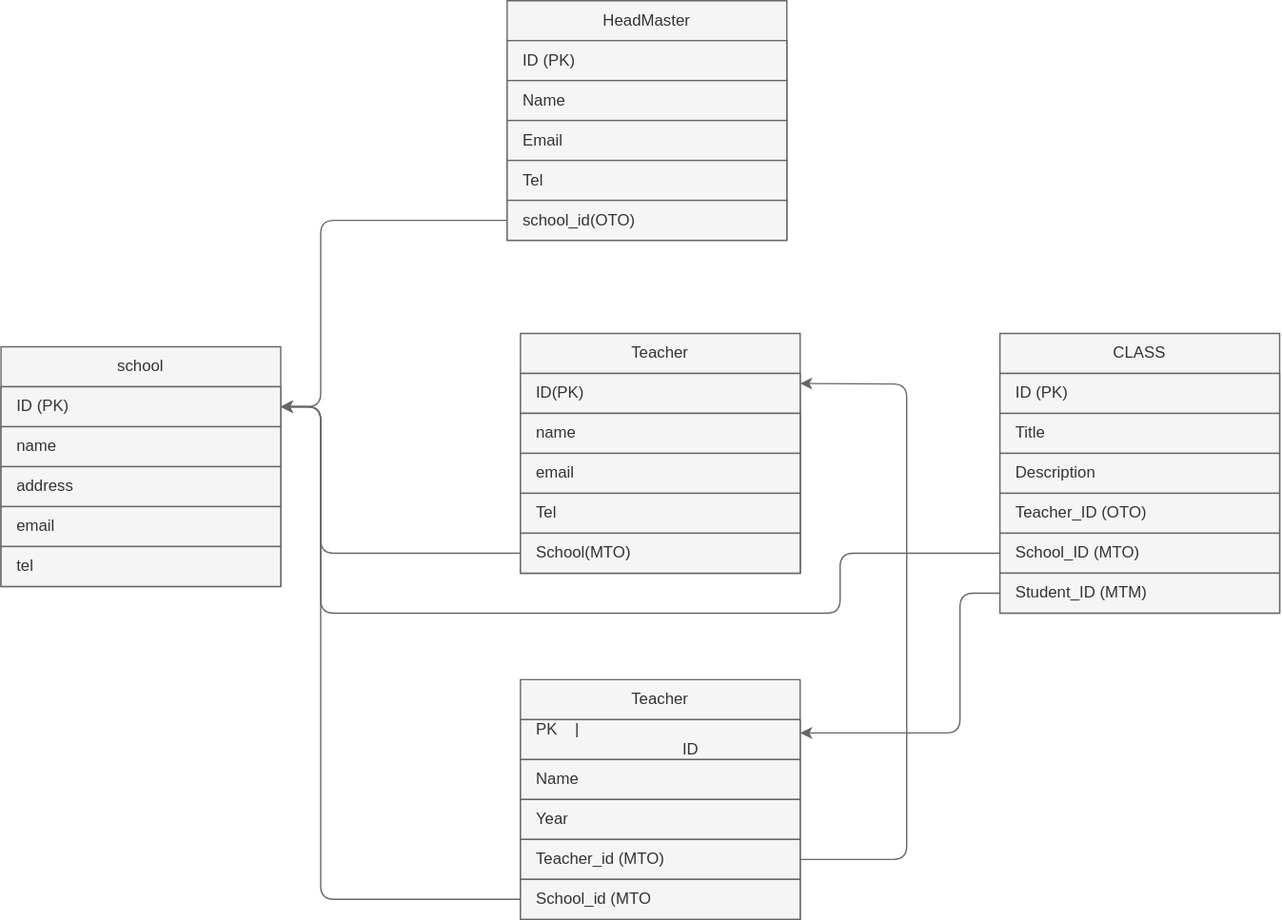
nwattana/Lexnetix-Assignment keeps this draw.io diagram as dbschema.drawio.svg. Above is the earlier version. Source tidied: cells renumbered, new cells last; positions are measured from the earlier drawing's top-left corner, leaving out a move shared by most shapes. Source of this version:
```xml
<mxGraphModel>
  <root>
    <mxCell id="0" />
    <mxCell id="1" parent="0" />
    <mxCell id="2" value="school" style="swimlane;fontStyle=0;horizontal=1;startSize=30;whiteSpace=wrap;html=1;fillColor=#f5f5f5;fontColor=#333333;strokeColor=#666666;" parent="1" vertex="1">
      <mxGeometry y="260" width="210" height="180" as="geometry" />
    </mxCell>
    <mxCell id="3" value="ID (PK)" style="rounded=0;whiteSpace=wrap;html=1;align=left;fillColor=#f5f5f5;fontColor=#333333;strokeColor=#666666;fontStyle=0;spacingLeft=10;" parent="2" vertex="1">
      <mxGeometry y="30" width="210" height="30" as="geometry" />
    </mxCell>
    <mxCell id="4" value="name" style="text;strokeColor=#666666;fillColor=#f5f5f5;align=left;verticalAlign=middle;spacingLeft=10;spacingRight=4;overflow=hidden;whiteSpace=wrap;html=1;fontColor=#333333;fontStyle=0;" parent="2" vertex="1">
      <mxGeometry y="60" width="210" height="30" as="geometry" />
    </mxCell>
    <mxCell id="5" value="address" style="text;strokeColor=#666666;fillColor=#f5f5f5;align=left;verticalAlign=middle;spacingLeft=10;spacingRight=4;overflow=hidden;whiteSpace=wrap;html=1;fontColor=#333333;fontStyle=0;" parent="2" vertex="1">
      <mxGeometry y="90" width="210" height="30" as="geometry" />
    </mxCell>
    <mxCell id="6" value="email" style="text;strokeColor=#666666;fillColor=#f5f5f5;align=left;verticalAlign=middle;spacingLeft=10;spacingRight=4;overflow=hidden;whiteSpace=wrap;html=1;fontColor=#333333;fontStyle=0;" parent="2" vertex="1">
      <mxGeometry y="120" width="210" height="30" as="geometry" />
    </mxCell>
    <mxCell id="7" value="tel" style="text;strokeColor=#666666;fillColor=#f5f5f5;align=left;verticalAlign=middle;spacingLeft=10;spacingRight=4;overflow=hidden;whiteSpace=wrap;html=1;fontColor=#333333;fontStyle=0;" parent="2" vertex="1">
      <mxGeometry y="150" width="210" height="30" as="geometry" />
    </mxCell>
    <mxCell id="8" value="HeadMaster" style="swimlane;fontStyle=0;horizontal=1;startSize=30;whiteSpace=wrap;html=1;fillColor=#f5f5f5;fontColor=#333333;strokeColor=#666666;align=center;" parent="1" vertex="1">
      <mxGeometry x="380" width="210" height="180" as="geometry" />
    </mxCell>
    <mxCell id="9" value="ID (PK)" style="rounded=0;whiteSpace=wrap;html=1;align=left;fillColor=#f5f5f5;fontColor=#333333;strokeColor=#666666;fontStyle=0;spacingLeft=10;" parent="8" vertex="1">
      <mxGeometry y="30" width="210" height="30" as="geometry" />
    </mxCell>
    <mxCell id="10" value="Name" style="text;strokeColor=#666666;fillColor=#f5f5f5;align=left;verticalAlign=middle;spacingLeft=10;spacingRight=4;overflow=hidden;whiteSpace=wrap;html=1;fontColor=#333333;fontStyle=0;" parent="8" vertex="1">
      <mxGeometry y="60" width="210" height="30" as="geometry" />
    </mxCell>
    <mxCell id="11" value="Email" style="text;strokeColor=#666666;fillColor=#f5f5f5;align=left;verticalAlign=middle;spacingLeft=10;spacingRight=4;overflow=hidden;whiteSpace=wrap;html=1;fontColor=#333333;fontStyle=0;" parent="8" vertex="1">
      <mxGeometry y="90" width="210" height="30" as="geometry" />
    </mxCell>
    <mxCell id="12" value="Tel" style="text;strokeColor=#666666;fillColor=#f5f5f5;align=left;verticalAlign=middle;spacingLeft=10;spacingRight=4;overflow=hidden;whiteSpace=wrap;html=1;fontColor=#333333;fontStyle=0;" parent="8" vertex="1">
      <mxGeometry y="120" width="210" height="30" as="geometry" />
    </mxCell>
    <mxCell id="13" value="school_id(OTO)" style="text;strokeColor=#666666;fillColor=#f5f5f5;align=left;verticalAlign=middle;spacingLeft=10;spacingRight=4;overflow=hidden;points=[[0,0.5],[1,0.5]];portConstraint=eastwest;whiteSpace=wrap;html=1;fontColor=#333333;fontStyle=0;" parent="8" vertex="1">
      <mxGeometry y="150" width="210" height="30" as="geometry" />
    </mxCell>
    <mxCell id="14" style="edgeStyle=none;html=1;entryX=1;entryY=0.5;entryDx=0;entryDy=0;exitX=0;exitY=0.5;exitDx=0;exitDy=0;fillColor=#f5f5f5;strokeColor=#666666;fontStyle=0;" parent="1" edge="1" source="13" target="3">
      <mxGeometry relative="1" as="geometry">
        <Array as="points">
          <mxPoint x="240" y="165" />
          <mxPoint x="240" y="305" />
        </Array>
      </mxGeometry>
    </mxCell>
    <mxCell id="15" value="Teacher" style="swimlane;fontStyle=0;horizontal=1;startSize=30;whiteSpace=wrap;html=1;fillColor=#f5f5f5;fontColor=#333333;strokeColor=#666666;align=center;" parent="1" vertex="1">
      <mxGeometry x="390" y="250" width="210" height="180" as="geometry" />
    </mxCell>
    <mxCell id="16" value="ID(PK)" style="rounded=0;whiteSpace=wrap;html=1;align=left;fillColor=#f5f5f5;fontColor=#333333;strokeColor=#666666;fontStyle=0;spacingLeft=10;" parent="15" vertex="1">
      <mxGeometry y="30" width="210" height="30" as="geometry" />
    </mxCell>
    <mxCell id="17" style="group;fillColor=#f5f5f5;fontColor=#333333;strokeColor=#666666;fontStyle=0;align=left;" parent="15" vertex="1">
      <mxGeometry y="60" width="210" height="120" as="geometry" />
    </mxCell>
    <mxCell id="18" value="name" style="text;strokeColor=#666666;fillColor=#f5f5f5;align=left;verticalAlign=middle;spacingLeft=10;spacingRight=4;overflow=hidden;whiteSpace=wrap;html=1;fontColor=#333333;fontStyle=0;" parent="17" vertex="1">
      <mxGeometry width="210" height="30" as="geometry" />
    </mxCell>
    <mxCell id="19" value="email" style="text;strokeColor=#666666;fillColor=#f5f5f5;align=left;verticalAlign=middle;spacingLeft=10;spacingRight=4;overflow=hidden;whiteSpace=wrap;html=1;fontColor=#333333;fontStyle=0;" parent="17" vertex="1">
      <mxGeometry y="30" width="210" height="30" as="geometry" />
    </mxCell>
    <mxCell id="20" value="Tel" style="text;strokeColor=#666666;fillColor=#f5f5f5;align=left;verticalAlign=middle;spacingLeft=10;spacingRight=4;overflow=hidden;whiteSpace=wrap;html=1;fontColor=#333333;fontStyle=0;" parent="17" vertex="1">
      <mxGeometry y="60" width="210" height="30" as="geometry" />
    </mxCell>
    <mxCell id="21" value="School(MTO)" style="text;strokeColor=#666666;fillColor=#f5f5f5;align=left;verticalAlign=middle;spacingLeft=10;spacingRight=4;overflow=hidden;points=[[0,0.5],[1,0.5]];portConstraint=eastwest;whiteSpace=wrap;html=1;fontColor=#333333;fontStyle=0;" parent="17" vertex="1">
      <mxGeometry y="90" width="210" height="30" as="geometry" />
    </mxCell>
    <mxCell id="22" style="edgeStyle=none;html=1;exitX=0;exitY=0.5;exitDx=0;exitDy=0;entryX=1;entryY=0.25;entryDx=0;entryDy=0;fillColor=#f5f5f5;strokeColor=#666666;fontStyle=0;" parent="1" edge="1" source="21" target="2">
      <mxGeometry relative="1" as="geometry">
        <Array as="points">
          <mxPoint x="240" y="415" />
          <mxPoint x="240" y="305" />
        </Array>
      </mxGeometry>
    </mxCell>
    <mxCell id="23" value="Teacher" style="swimlane;fontStyle=0;horizontal=1;startSize=30;whiteSpace=wrap;html=1;fillColor=#f5f5f5;fontColor=#333333;strokeColor=#666666;align=center;" parent="1" vertex="1">
      <mxGeometry x="390" y="510" width="210" height="180" as="geometry" />
    </mxCell>
    <mxCell id="24" value="PK&amp;nbsp; &amp;nbsp; |&amp;nbsp;&amp;nbsp;&lt;span style=&quot;white-space: pre;&quot;&gt;&#9;&lt;/span&gt;ID" style="rounded=0;whiteSpace=wrap;html=1;align=left;fillColor=#f5f5f5;fontColor=#333333;strokeColor=#666666;fontStyle=0;spacingLeft=10;" parent="23" vertex="1">
      <mxGeometry y="30" width="210" height="30" as="geometry" />
    </mxCell>
    <mxCell id="25" value="Name" style="text;strokeColor=#666666;fillColor=#f5f5f5;align=left;verticalAlign=middle;spacingLeft=10;spacingRight=4;overflow=hidden;whiteSpace=wrap;html=1;fontColor=#333333;fontStyle=0;" parent="23" vertex="1">
      <mxGeometry y="60" width="210" height="30" as="geometry" />
    </mxCell>
    <mxCell id="26" value="Year" style="text;strokeColor=#666666;fillColor=#f5f5f5;align=left;verticalAlign=middle;spacingLeft=10;spacingRight=4;overflow=hidden;whiteSpace=wrap;html=1;fontColor=#333333;fontStyle=0;" parent="23" vertex="1">
      <mxGeometry y="90" width="210" height="30" as="geometry" />
    </mxCell>
    <mxCell id="27" value="Teacher_id (MTO)" style="text;strokeColor=#666666;fillColor=#f5f5f5;align=left;verticalAlign=middle;spacingLeft=10;spacingRight=4;overflow=hidden;points=[[0,0.5],[1,0.5]];portConstraint=eastwest;whiteSpace=wrap;html=1;fontColor=#333333;fontStyle=0;" parent="23" vertex="1">
      <mxGeometry y="120" width="210" height="30" as="geometry" />
    </mxCell>
    <mxCell id="28" value="School_id (MTO" style="text;strokeColor=#666666;fillColor=#f5f5f5;align=left;verticalAlign=middle;spacingLeft=10;spacingRight=4;overflow=hidden;points=[[0,0.5],[1,0.5]];portConstraint=eastwest;whiteSpace=wrap;html=1;fontColor=#333333;fontStyle=0;" parent="23" vertex="1">
      <mxGeometry y="150" width="210" height="30" as="geometry" />
    </mxCell>
    <mxCell id="29" style="edgeStyle=none;html=1;entryX=1;entryY=0.5;entryDx=0;entryDy=0;exitX=0;exitY=0.5;exitDx=0;exitDy=0;fillColor=#f5f5f5;strokeColor=#666666;fontStyle=0;" parent="1" edge="1" source="28" target="3">
      <mxGeometry relative="1" as="geometry">
        <Array as="points">
          <mxPoint x="240" y="675" />
          <mxPoint x="240" y="305" />
        </Array>
      </mxGeometry>
    </mxCell>
    <mxCell id="30" style="edgeStyle=none;html=1;exitX=1;exitY=0.5;exitDx=0;exitDy=0;entryX=1;entryY=0.25;entryDx=0;entryDy=0;fillColor=#f5f5f5;strokeColor=#666666;fontStyle=0;align=left;" parent="1" edge="1" source="27" target="16">
      <mxGeometry relative="1" as="geometry">
        <Array as="points">
          <mxPoint x="680" y="645" />
          <mxPoint x="680" y="490" />
          <mxPoint x="680" y="288" />
        </Array>
      </mxGeometry>
    </mxCell>
    <mxCell id="31" value="CLASS" style="swimlane;fontStyle=0;horizontal=1;startSize=30;whiteSpace=wrap;html=1;align=center;fillColor=#f5f5f5;fontColor=#333333;strokeColor=#666666;" parent="1" vertex="1">
      <mxGeometry x="750" y="250" width="210" height="210" as="geometry" />
    </mxCell>
    <mxCell id="32" value="ID (PK)" style="rounded=0;whiteSpace=wrap;html=1;align=left;fillColor=#f5f5f5;fontColor=#333333;strokeColor=#666666;fontStyle=0;spacingLeft=10;" parent="31" vertex="1">
      <mxGeometry y="30" width="210" height="30" as="geometry" />
    </mxCell>
    <mxCell id="33" value="Title" style="text;strokeColor=#666666;fillColor=#f5f5f5;align=left;verticalAlign=middle;spacingLeft=10;spacingRight=4;overflow=hidden;whiteSpace=wrap;html=1;fontColor=#333333;fontStyle=0;" parent="31" vertex="1">
      <mxGeometry y="60" width="210" height="30" as="geometry" />
    </mxCell>
    <mxCell id="34" value="Description" style="text;strokeColor=#666666;fillColor=#f5f5f5;align=left;verticalAlign=middle;spacingLeft=10;spacingRight=4;overflow=hidden;whiteSpace=wrap;html=1;fontColor=#333333;fontStyle=0;" parent="31" vertex="1">
      <mxGeometry y="90" width="210" height="30" as="geometry" />
    </mxCell>
    <mxCell id="35" value="Teacher_ID (OTO)" style="text;strokeColor=#666666;fillColor=#f5f5f5;align=left;verticalAlign=middle;spacingLeft=10;spacingRight=4;overflow=hidden;whiteSpace=wrap;html=1;fontColor=#333333;fontStyle=0;" parent="31" vertex="1">
      <mxGeometry y="120" width="210" height="30" as="geometry" />
    </mxCell>
    <mxCell id="36" value="School_ID (MTO)" style="text;strokeColor=#666666;fillColor=#f5f5f5;align=left;verticalAlign=middle;spacingLeft=10;spacingRight=4;overflow=hidden;points=[[0,0.5],[1,0.5]];portConstraint=eastwest;whiteSpace=wrap;html=1;fontColor=#333333;fontStyle=0;" parent="31" vertex="1">
      <mxGeometry y="150" width="210" height="30" as="geometry" />
    </mxCell>
    <mxCell id="37" value="Student_ID (MTM)" style="text;strokeColor=#666666;fillColor=#f5f5f5;align=left;verticalAlign=middle;spacingLeft=10;spacingRight=4;overflow=hidden;points=[[0,0.5],[1,0.5]];portConstraint=eastwest;whiteSpace=wrap;html=1;fontColor=#333333;fontStyle=0;" parent="31" vertex="1">
      <mxGeometry y="180" width="210" height="30" as="geometry" />
    </mxCell>
    <mxCell id="38" style="edgeStyle=none;html=1;exitX=0;exitY=0.5;exitDx=0;exitDy=0;fillColor=#f5f5f5;strokeColor=#666666;fontStyle=0;align=left;" parent="1" edge="1" source="37">
      <mxGeometry relative="1" as="geometry">
        <mxPoint x="600" y="550" as="targetPoint" />
        <Array as="points">
          <mxPoint x="720" y="445" />
          <mxPoint x="720" y="550" />
        </Array>
      </mxGeometry>
    </mxCell>
    <mxCell id="39" style="edgeStyle=none;html=1;entryX=1;entryY=0.25;entryDx=0;entryDy=0;fillColor=#f5f5f5;strokeColor=#666666;fontStyle=0;" parent="1" edge="1" source="36" target="2">
      <mxGeometry relative="1" as="geometry">
        <Array as="points">
          <mxPoint x="630" y="415" />
          <mxPoint x="630" y="460" />
          <mxPoint x="430" y="460" />
          <mxPoint x="240" y="460" />
          <mxPoint x="240" y="305" />
        </Array>
      </mxGeometry>
    </mxCell>
  </root>
</mxGraphModel>
```
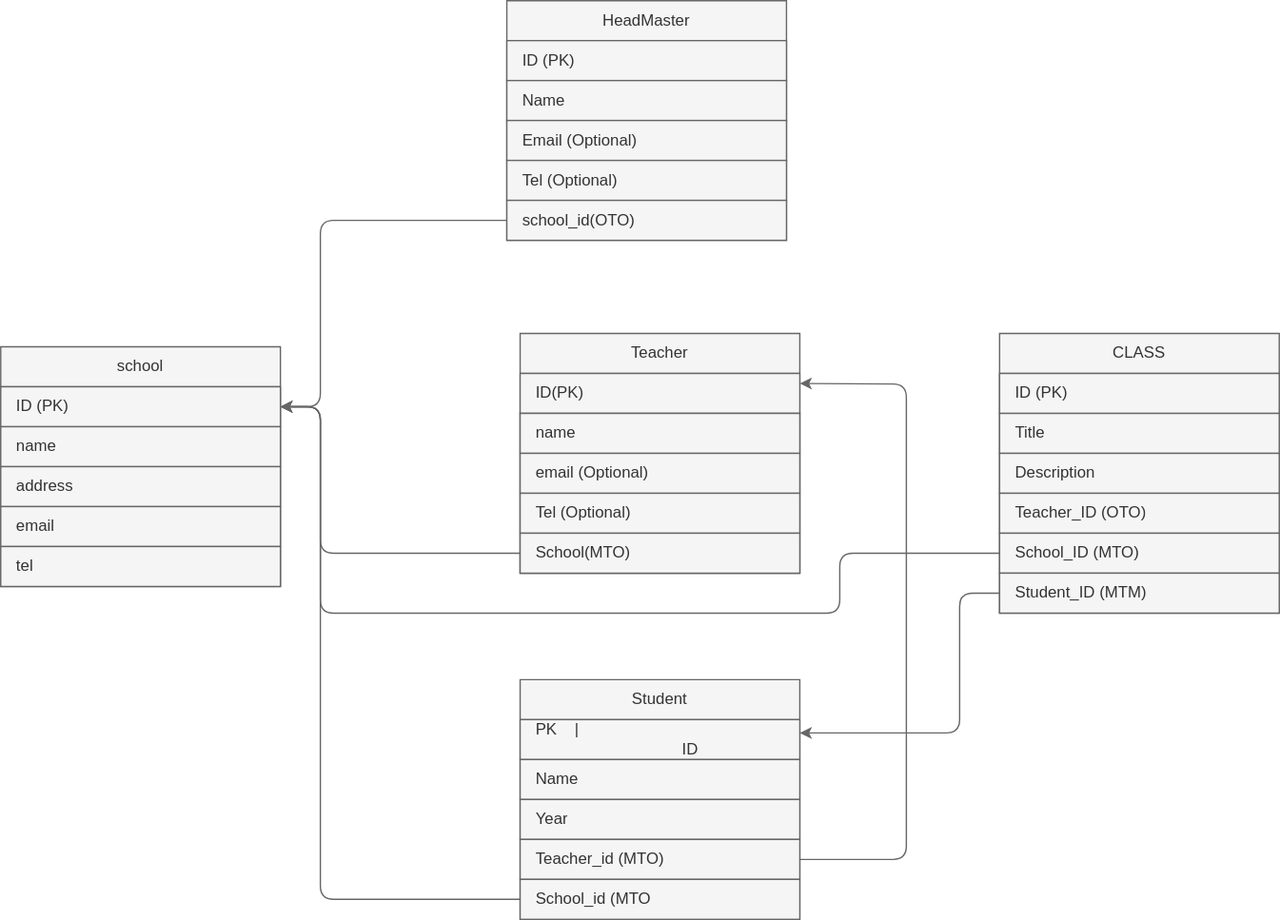
After the commit.

The edit, as a diff of the source:
```diff
@@ -29,10 +29,10 @@
     <mxCell id="10" value="Name" style="text;strokeColor=#666666;fillColor=#f5f5f5;align=left;verticalAlign=middle;spacingLeft=10;spacingRight=4;overflow=hidden;whiteSpace=wrap;html=1;fontColor=#333333;fontStyle=0;" parent="8" vertex="1">
       <mxGeometry y="60" width="210" height="30" as="geometry" />
     </mxCell>
-    <mxCell id="11" value="Email" style="text;strokeColor=#666666;fillColor=#f5f5f5;align=left;verticalAlign=middle;spacingLeft=10;spacingRight=4;overflow=hidden;whiteSpace=wrap;html=1;fontColor=#333333;fontStyle=0;" parent="8" vertex="1">
+    <mxCell id="11" value="Email (Optional)" style="text;strokeColor=#666666;fillColor=#f5f5f5;align=left;verticalAlign=middle;spacingLeft=10;spacingRight=4;overflow=hidden;whiteSpace=wrap;html=1;fontColor=#333333;fontStyle=0;" parent="8" vertex="1">
       <mxGeometry y="90" width="210" height="30" as="geometry" />
     </mxCell>
-    <mxCell id="12" value="Tel" style="text;strokeColor=#666666;fillColor=#f5f5f5;align=left;verticalAlign=middle;spacingLeft=10;spacingRight=4;overflow=hidden;whiteSpace=wrap;html=1;fontColor=#333333;fontStyle=0;" parent="8" vertex="1">
+    <mxCell id="12" value="Tel (Optional)" style="text;strokeColor=#666666;fillColor=#f5f5f5;align=left;verticalAlign=middle;spacingLeft=10;spacingRight=4;overflow=hidden;whiteSpace=wrap;html=1;fontColor=#333333;fontStyle=0;" parent="8" vertex="1">
       <mxGeometry y="120" width="210" height="30" as="geometry" />
     </mxCell>
     <mxCell id="13" value="school_id(OTO)" style="text;strokeColor=#666666;fillColor=#f5f5f5;align=left;verticalAlign=middle;spacingLeft=10;spacingRight=4;overflow=hidden;points=[[0,0.5],[1,0.5]];portConstraint=eastwest;whiteSpace=wrap;html=1;fontColor=#333333;fontStyle=0;" parent="8" vertex="1">
@@ -58,10 +58,10 @@
     <mxCell id="18" value="name" style="text;strokeColor=#666666;fillColor=#f5f5f5;align=left;verticalAlign=middle;spacingLeft=10;spacingRight=4;overflow=hidden;whiteSpace=wrap;html=1;fontColor=#333333;fontStyle=0;" parent="17" vertex="1">
       <mxGeometry width="210" height="30" as="geometry" />
     </mxCell>
-    <mxCell id="19" value="email" style="text;strokeColor=#666666;fillColor=#f5f5f5;align=left;verticalAlign=middle;spacingLeft=10;spacingRight=4;overflow=hidden;whiteSpace=wrap;html=1;fontColor=#333333;fontStyle=0;" parent="17" vertex="1">
+    <mxCell id="19" value="email (Optional)" style="text;strokeColor=#666666;fillColor=#f5f5f5;align=left;verticalAlign=middle;spacingLeft=10;spacingRight=4;overflow=hidden;whiteSpace=wrap;html=1;fontColor=#333333;fontStyle=0;" parent="17" vertex="1">
       <mxGeometry y="30" width="210" height="30" as="geometry" />
     </mxCell>
-    <mxCell id="20" value="Tel" style="text;strokeColor=#666666;fillColor=#f5f5f5;align=left;verticalAlign=middle;spacingLeft=10;spacingRight=4;overflow=hidden;whiteSpace=wrap;html=1;fontColor=#333333;fontStyle=0;" parent="17" vertex="1">
+    <mxCell id="20" value="Tel (Optional)" style="text;strokeColor=#666666;fillColor=#f5f5f5;align=left;verticalAlign=middle;spacingLeft=10;spacingRight=4;overflow=hidden;whiteSpace=wrap;html=1;fontColor=#333333;fontStyle=0;" parent="17" vertex="1">
       <mxGeometry y="60" width="210" height="30" as="geometry" />
     </mxCell>
     <mxCell id="21" value="School(MTO)" style="text;strokeColor=#666666;fillColor=#f5f5f5;align=left;verticalAlign=middle;spacingLeft=10;spacingRight=4;overflow=hidden;points=[[0,0.5],[1,0.5]];portConstraint=eastwest;whiteSpace=wrap;html=1;fontColor=#333333;fontStyle=0;" parent="17" vertex="1">
@@ -75,7 +75,7 @@
         </Array>
       </mxGeometry>
     </mxCell>
-    <mxCell id="23" value="Teacher" style="swimlane;fontStyle=0;horizontal=1;startSize=30;whiteSpace=wrap;html=1;fillColor=#f5f5f5;fontColor=#333333;strokeColor=#666666;align=center;" parent="1" vertex="1">
+    <mxCell id="23" value="Student" style="swimlane;fontStyle=0;horizontal=1;startSize=30;whiteSpace=wrap;html=1;fillColor=#f5f5f5;fontColor=#333333;strokeColor=#666666;align=center;" parent="1" vertex="1">
       <mxGeometry x="390" y="510" width="210" height="180" as="geometry" />
     </mxCell>
     <mxCell id="24" value="PK&amp;nbsp; &amp;nbsp; |&amp;nbsp;&amp;nbsp;&lt;span style=&quot;white-space: pre;&quot;&gt;&#9;&lt;/span&gt;ID" style="rounded=0;whiteSpace=wrap;html=1;align=left;fillColor=#f5f5f5;fontColor=#333333;strokeColor=#666666;fontStyle=0;spacingLeft=10;" parent="23" vertex="1">
```
